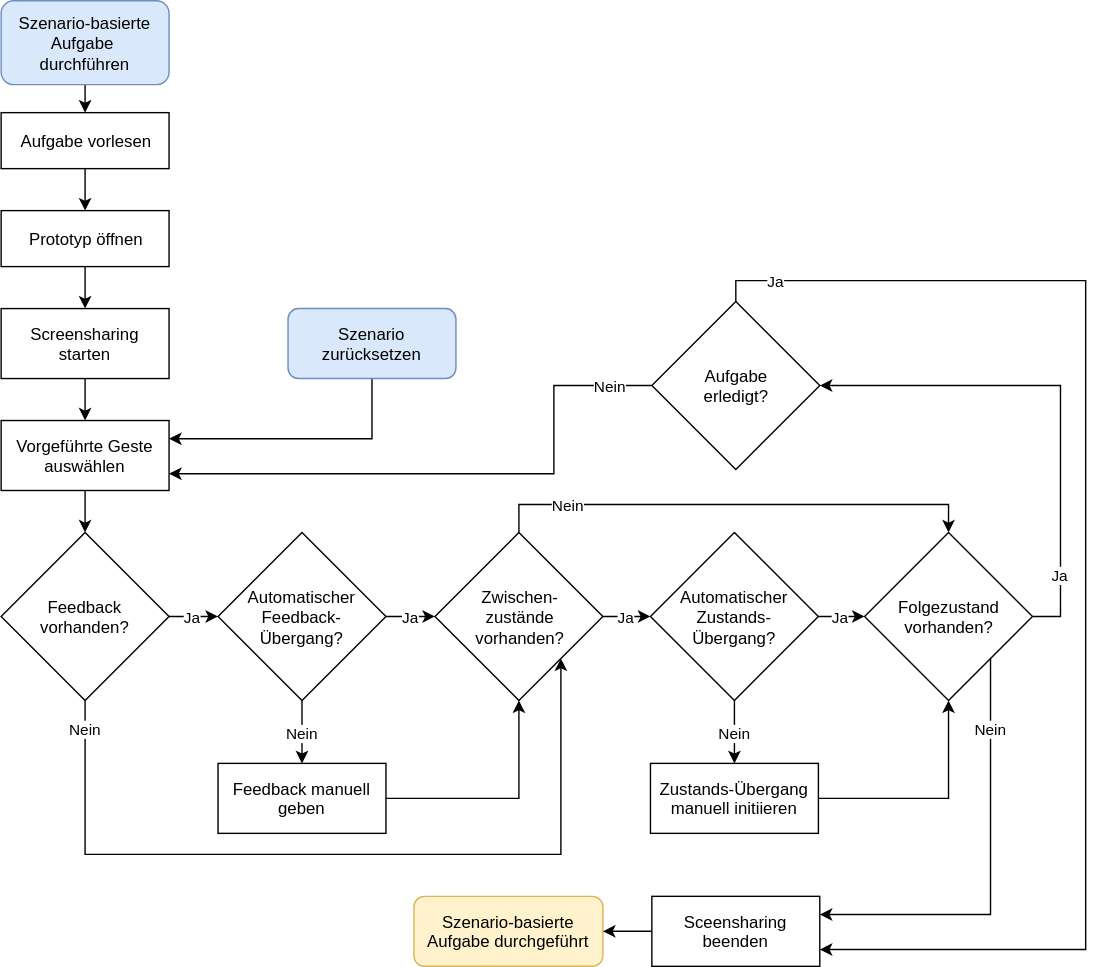
danielkuenkel/gesturenote keeps this draw.io diagram as img/de/introduction/study-preview/scenario.svg. Above is the earlier version. Source tidied: cells renumbered, new cells last; positions are measured from the earlier drawing's top-left corner, leaving out a move shared by most shapes.
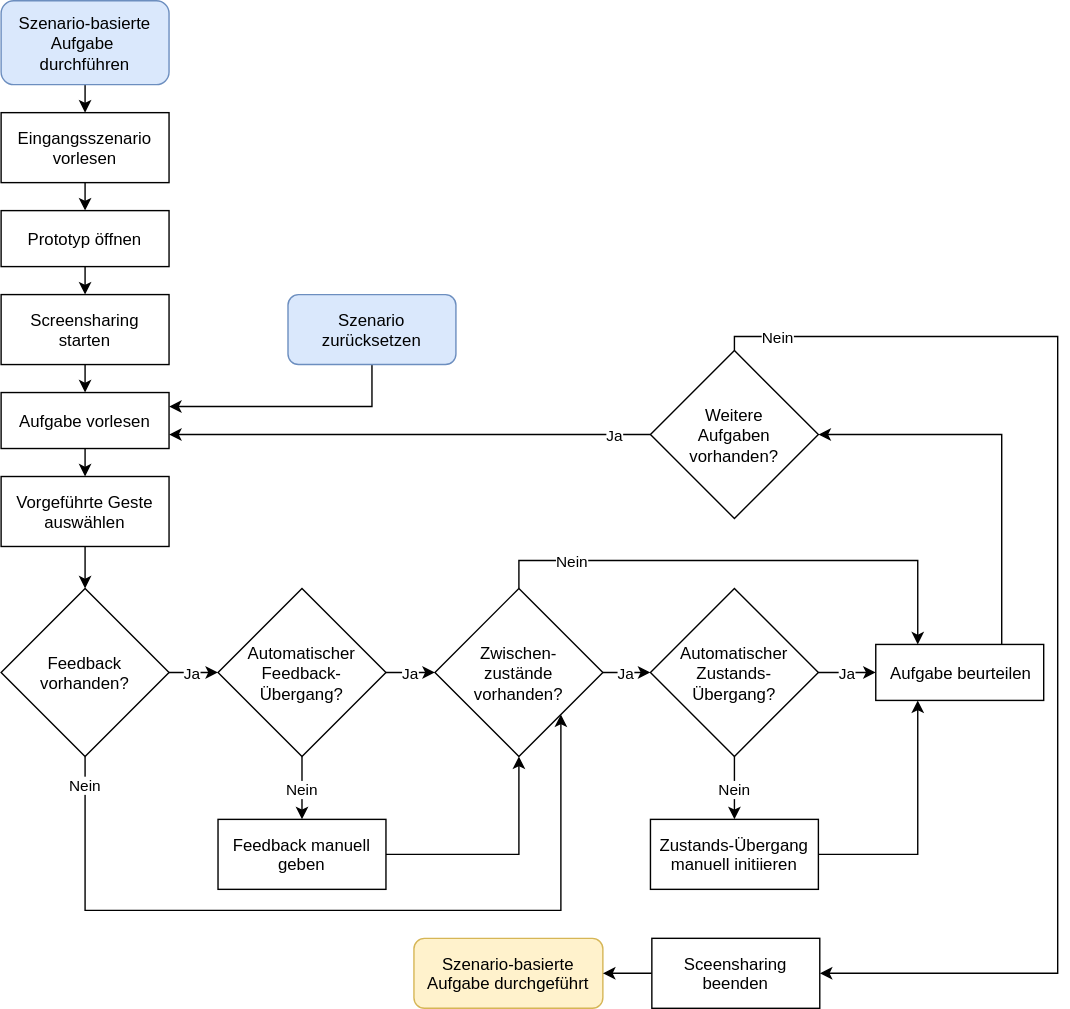
Later version of the same file.

The edit, as a diff of the source:
```diff
@@ -11,8 +11,8 @@
     <mxCell id="4" style="edgeStyle=orthogonalEdgeStyle;rounded=0;comic=0;html=1;exitX=0.5;exitY=1;entryX=0.5;entryY=0;shadow=0;jettySize=auto;" parent="1" edge="1" source="5" target="7">
       <mxGeometry relative="1" as="geometry" />
     </mxCell>
-    <mxCell id="5" value="Aufgabe vorlesen" style="rounded=0;whiteSpace=wrap;html=1;" parent="1" vertex="1">
-      <mxGeometry y="80" width="120" height="40" as="geometry" />
+    <mxCell id="5" value="Eingangsszenario vorlesen" style="rounded=0;whiteSpace=wrap;html=1;" parent="1" vertex="1">
+      <mxGeometry y="80" width="120" height="50" as="geometry" />
     </mxCell>
     <mxCell id="6" style="edgeStyle=orthogonalEdgeStyle;rounded=0;comic=0;html=1;exitX=0.5;exitY=1;entryX=0.5;entryY=0;shadow=0;jettySize=auto;" parent="1" edge="1" source="7" target="10">
       <mxGeometry relative="1" as="geometry" />
@@ -21,19 +21,19 @@
       <mxGeometry y="150" width="120" height="40" as="geometry" />
     </mxCell>
     <mxCell id="8" value="Szenario-basierte Aufgabe durchgeführt" style="rounded=1;whiteSpace=wrap;html=1;fillColor=#fff2cc;strokeColor=#d6b656;" parent="1" vertex="1">
-      <mxGeometry x="295" y="640" width="135" height="50" as="geometry" />
+      <mxGeometry x="295" y="670" width="135" height="50" as="geometry" />
     </mxCell>
-    <mxCell id="9" style="edgeStyle=orthogonalEdgeStyle;rounded=0;comic=0;html=1;exitX=0.5;exitY=1;entryX=0.5;entryY=0;shadow=0;jettySize=auto;" parent="1" edge="1" source="10" target="12">
-      <mxGeometry relative="1" as="geometry" />
-    </mxCell>
+    <mxCell id="39" style="edgeStyle=orthogonalEdgeStyle;rounded=0;html=1;exitX=0.5;exitY=1;entryX=0.5;entryY=0;jettySize=auto;" parent="1" edge="1" source="10" target="41">
+      <mxGeometry relative="1" as="geometry" />
+    </mxCell>
     <mxCell id="10" value="Screensharing starten" style="rounded=0;whiteSpace=wrap;html=1;" parent="1" vertex="1">
-      <mxGeometry y="220" width="120" height="50" as="geometry" />
+      <mxGeometry y="210" width="120" height="50" as="geometry" />
     </mxCell>
     <mxCell id="11" style="edgeStyle=orthogonalEdgeStyle;rounded=0;comic=0;html=1;exitX=0.5;exitY=1;entryX=0.5;entryY=0;shadow=0;jettySize=auto;" parent="1" edge="1" source="12" target="18">
       <mxGeometry relative="1" as="geometry" />
     </mxCell>
     <mxCell id="12" value="Vorgeführte Geste auswählen" style="rounded=0;whiteSpace=wrap;html=1;" parent="1" vertex="1">
-      <mxGeometry y="300" width="120" height="50" as="geometry" />
+      <mxGeometry y="340" width="120" height="50" as="geometry" />
     </mxCell>
     <mxCell id="13" value="Ja" style="edgeStyle=orthogonalEdgeStyle;rounded=0;comic=0;html=1;exitX=1;exitY=0.5;entryX=0;entryY=0.5;shadow=0;jettySize=auto;" parent="1" edge="1" source="15" target="21">
       <mxGeometry relative="1" as="geometry" />
@@ -42,7 +42,7 @@
       <mxGeometry relative="1" as="geometry" />
     </mxCell>
     <mxCell id="15" value="Automatischer Feedback-&lt;div&gt;Übergang?&lt;/div&gt;" style="rhombus;whiteSpace=wrap;html=1;" parent="1" vertex="1">
-      <mxGeometry x="155" y="380" width="120" height="120" as="geometry" />
+      <mxGeometry x="155" y="420" width="120" height="120" as="geometry" />
     </mxCell>
     <mxCell id="16" value="Ja" style="edgeStyle=orthogonalEdgeStyle;rounded=0;comic=0;html=1;shadow=0;jettySize=auto;" parent="1" edge="1" source="18" target="15">
       <mxGeometry relative="1" as="geometry" />
@@ -50,102 +50,96 @@
     <mxCell id="17" value="Nein" style="edgeStyle=orthogonalEdgeStyle;rounded=0;comic=0;html=1;exitX=0.5;exitY=1;entryX=1;entryY=1;shadow=0;jettySize=auto;" parent="1" edge="1" source="18" target="21">
       <mxGeometry x="-0.93" relative="1" as="geometry">
         <Array as="points">
-          <mxPoint x="60" y="610" />
-          <mxPoint x="400" y="610" />
+          <mxPoint x="60" y="650" />
+          <mxPoint x="400" y="650" />
         </Array>
       </mxGeometry>
     </mxCell>
     <mxCell id="18" value="Feedback vorhanden?" style="rhombus;whiteSpace=wrap;html=1;" parent="1" vertex="1">
-      <mxGeometry y="380" width="120" height="120" as="geometry" />
+      <mxGeometry y="420" width="120" height="120" as="geometry" />
     </mxCell>
     <mxCell id="19" value="Ja" style="edgeStyle=orthogonalEdgeStyle;rounded=0;comic=0;html=1;exitX=1;exitY=0.5;entryX=0;entryY=0.5;shadow=0;jettySize=auto;" parent="1" edge="1" source="21" target="24">
       <mxGeometry relative="1" as="geometry" />
     </mxCell>
-    <mxCell id="20" value="Nein" style="edgeStyle=orthogonalEdgeStyle;rounded=0;comic=0;html=1;entryX=0.5;entryY=0;shadow=0;jettySize=auto;" parent="1" edge="1" source="21" target="35">
+    <mxCell id="20" value="Nein" style="edgeStyle=orthogonalEdgeStyle;rounded=0;comic=0;html=1;entryX=0.25;entryY=0;shadow=0;jettySize=auto;" parent="1" edge="1" source="21" target="43">
       <mxGeometry x="-0.68" relative="1" as="geometry">
         <Array as="points">
-          <mxPoint x="370" y="360" />
-          <mxPoint x="677" y="360" />
+          <mxPoint x="370" y="400" />
+          <mxPoint x="655" y="400" />
         </Array>
       </mxGeometry>
     </mxCell>
     <mxCell id="21" value="Zwischen-&lt;div&gt;zustände&lt;div&gt;vorhanden?&lt;/div&gt;&lt;/div&gt;" style="rhombus;whiteSpace=wrap;html=1;" parent="1" vertex="1">
-      <mxGeometry x="310" y="380" width="120" height="120" as="geometry" />
+      <mxGeometry x="310" y="420" width="120" height="120" as="geometry" />
     </mxCell>
-    <mxCell id="22" value="Ja" style="edgeStyle=orthogonalEdgeStyle;rounded=0;comic=0;html=1;entryX=0;entryY=0.5;shadow=0;jettySize=auto;" parent="1" edge="1" source="24" target="35">
+    <mxCell id="22" value="Ja" style="edgeStyle=orthogonalEdgeStyle;rounded=0;comic=0;html=1;entryX=0;entryY=0.5;shadow=0;jettySize=auto;" parent="1" edge="1" source="24" target="43">
       <mxGeometry relative="1" as="geometry" />
     </mxCell>
     <mxCell id="23" value="Nein" style="edgeStyle=orthogonalEdgeStyle;rounded=0;comic=0;html=1;entryX=0.5;entryY=0;shadow=0;jettySize=auto;" parent="1" edge="1" source="24" target="32">
       <mxGeometry relative="1" as="geometry" />
     </mxCell>
     <mxCell id="24" value="Automatischer Zustands-&lt;div&gt;Übergang?&lt;/div&gt;" style="rhombus;whiteSpace=wrap;html=1;" parent="1" vertex="1">
-      <mxGeometry x="464" y="380" width="120" height="120" as="geometry" />
+      <mxGeometry x="464" y="420" width="120" height="120" as="geometry" />
     </mxCell>
-    <mxCell id="25" style="edgeStyle=orthogonalEdgeStyle;rounded=0;comic=0;html=1;entryX=1;entryY=0.25;shadow=0;jettySize=auto;" parent="1" edge="1" source="26" target="12">
+    <mxCell id="25" style="edgeStyle=orthogonalEdgeStyle;rounded=0;comic=0;html=1;entryX=1;entryY=0.25;shadow=0;jettySize=auto;" parent="1" edge="1" source="26" target="41">
       <mxGeometry relative="1" as="geometry">
         <Array as="points">
-          <mxPoint x="265" y="313" />
+          <mxPoint x="265" y="290" />
         </Array>
       </mxGeometry>
     </mxCell>
     <mxCell id="26" value="Szenario zurücksetzen" style="rounded=1;whiteSpace=wrap;html=1;fillColor=#dae8fc;strokeColor=#6c8ebf;" parent="1" vertex="1">
-      <mxGeometry x="205" y="220" width="120" height="50" as="geometry" />
+      <mxGeometry x="205" y="210" width="120" height="50" as="geometry" />
     </mxCell>
     <mxCell id="27" style="edgeStyle=orthogonalEdgeStyle;rounded=0;comic=0;html=1;entryX=1;entryY=0.5;shadow=0;jettySize=auto;" parent="1" edge="1" source="28" target="8">
       <mxGeometry relative="1" as="geometry" />
     </mxCell>
     <mxCell id="28" value="Sceensharing beenden" style="rounded=0;whiteSpace=wrap;html=1;" parent="1" vertex="1">
-      <mxGeometry x="465" y="640" width="120" height="50" as="geometry" />
+      <mxGeometry x="465" y="670" width="120" height="50" as="geometry" />
     </mxCell>
     <mxCell id="29" style="edgeStyle=orthogonalEdgeStyle;rounded=0;comic=0;html=1;entryX=0.5;entryY=1;shadow=0;jettySize=auto;" parent="1" edge="1" source="30" target="21">
       <mxGeometry relative="1" as="geometry" />
     </mxCell>
     <mxCell id="30" value="Feedback manuell geben" style="rounded=0;whiteSpace=wrap;html=1;" parent="1" vertex="1">
-      <mxGeometry x="155" y="545" width="120" height="50" as="geometry" />
+      <mxGeometry x="155" y="585" width="120" height="50" as="geometry" />
     </mxCell>
-    <mxCell id="31" style="edgeStyle=orthogonalEdgeStyle;rounded=0;comic=0;html=1;entryX=0.5;entryY=1;shadow=0;jettySize=auto;" parent="1" edge="1" source="32" target="35">
+    <mxCell id="31" style="edgeStyle=orthogonalEdgeStyle;rounded=0;comic=0;html=1;entryX=0.25;entryY=1;shadow=0;jettySize=auto;" parent="1" edge="1" source="32" target="43">
       <mxGeometry relative="1" as="geometry" />
     </mxCell>
     <mxCell id="32" value="Zustands-Übergang manuell initiieren" style="rounded=0;whiteSpace=wrap;html=1;" parent="1" vertex="1">
-      <mxGeometry x="464" y="545" width="120" height="50" as="geometry" />
+      <mxGeometry x="464" y="585" width="120" height="50" as="geometry" />
     </mxCell>
-    <mxCell id="33" value="Ja" style="edgeStyle=orthogonalEdgeStyle;rounded=0;comic=0;html=1;entryX=1;entryY=0.5;shadow=0;jettySize=auto;exitX=1;exitY=0.5;" parent="1" edge="1" source="35" target="38">
-      <mxGeometry x="-0.72" relative="1" as="geometry">
-        <Array as="points">
-          <mxPoint x="757" y="440" />
-          <mxPoint x="757" y="275" />
-        </Array>
-      </mxGeometry>
-    </mxCell>
-    <mxCell id="34" value="Nein" style="edgeStyle=orthogonalEdgeStyle;rounded=0;comic=0;html=1;exitX=1;exitY=1;shadow=0;jettySize=auto;entryX=1;entryY=0.25;" parent="1" edge="1" source="35" target="28">
-      <mxGeometry x="-0.67" relative="1" as="geometry">
-        <Array as="points">
-          <mxPoint x="707" y="653" />
-        </Array>
-      </mxGeometry>
-    </mxCell>
-    <mxCell id="35" value="Folgezustand&lt;div&gt;vorhanden?&lt;/div&gt;" style="rhombus;whiteSpace=wrap;html=1;" parent="1" vertex="1">
-      <mxGeometry x="617" y="380" width="120" height="120" as="geometry" />
-    </mxCell>
-    <mxCell id="36" value="Nein" style="edgeStyle=orthogonalEdgeStyle;rounded=0;comic=0;html=1;entryX=1;entryY=0.75;shadow=0;jettySize=auto;exitX=0;exitY=0.5;" parent="1" edge="1" source="38" target="12">
+    <mxCell id="36" value="Ja" style="edgeStyle=orthogonalEdgeStyle;rounded=0;comic=0;html=1;entryX=1;entryY=0.75;shadow=0;jettySize=auto;exitX=0;exitY=0.5;" parent="1" edge="1" source="38" target="41">
       <mxGeometry x="-0.85" relative="1" as="geometry">
         <Array as="points">
-          <mxPoint x="395" y="275" />
-          <mxPoint x="395" y="338" />
+          <mxPoint x="425" y="310" />
+          <mxPoint x="425" y="310" />
         </Array>
       </mxGeometry>
     </mxCell>
-    <mxCell id="37" value="Ja" style="edgeStyle=orthogonalEdgeStyle;rounded=0;comic=0;html=1;entryX=1;entryY=0.75;shadow=0;jettySize=auto;exitX=0.5;exitY=0;" parent="1" edge="1" source="38" target="28">
+    <mxCell id="37" value="Nein" style="edgeStyle=orthogonalEdgeStyle;rounded=0;comic=0;html=1;entryX=1;entryY=0.5;shadow=0;jettySize=auto;exitX=0.5;exitY=0;" parent="1" edge="1" source="38" target="28">
       <mxGeometry x="-0.91" relative="1" as="geometry">
         <Array as="points">
-          <mxPoint x="525" y="200" />
-          <mxPoint x="775" y="200" />
-          <mxPoint x="775" y="678" />
+          <mxPoint x="524" y="240" />
+          <mxPoint x="755" y="240" />
+          <mxPoint x="755" y="695" />
         </Array>
       </mxGeometry>
     </mxCell>
-    <mxCell id="38" value="Aufgabe&lt;div&gt;erledigt?&lt;/div&gt;" style="rhombus;whiteSpace=wrap;html=1;" parent="1" vertex="1">
-      <mxGeometry x="465" y="215" width="120" height="120" as="geometry" />
+    <mxCell id="38" value="Weitere&lt;br&gt;Aufgaben vorhanden?&lt;br&gt;" style="rhombus;whiteSpace=wrap;html=1;" parent="1" vertex="1">
+      <mxGeometry x="464" y="250" width="120" height="120" as="geometry" />
     </mxCell>
+    <mxCell id="40" style="edgeStyle=orthogonalEdgeStyle;rounded=0;html=1;exitX=0.5;exitY=1;entryX=0.5;entryY=0;jettySize=auto;" parent="1" edge="1" source="41" target="12">
+      <mxGeometry relative="1" as="geometry" />
+    </mxCell>
+    <mxCell id="41" value="Aufgabe vorlesen&lt;br&gt;" style="rounded=0;whiteSpace=wrap;html=1;" parent="1" vertex="1">
+      <mxGeometry y="280" width="120" height="40" as="geometry" />
+    </mxCell>
+    <mxCell id="42" style="edgeStyle=orthogonalEdgeStyle;rounded=0;html=1;exitX=0.75;exitY=0;entryX=1;entryY=0.5;jettySize=auto;" parent="1" edge="1" source="43" target="38">
+      <mxGeometry relative="1" as="geometry" />
+    </mxCell>
+    <mxCell id="43" value="Aufgabe beurteilen" style="rounded=0;whiteSpace=wrap;html=1;" parent="1" vertex="1">
+      <mxGeometry x="625" y="460" width="120" height="40" as="geometry" />
+    </mxCell>
   </root>
 </mxGraphModel>
```
